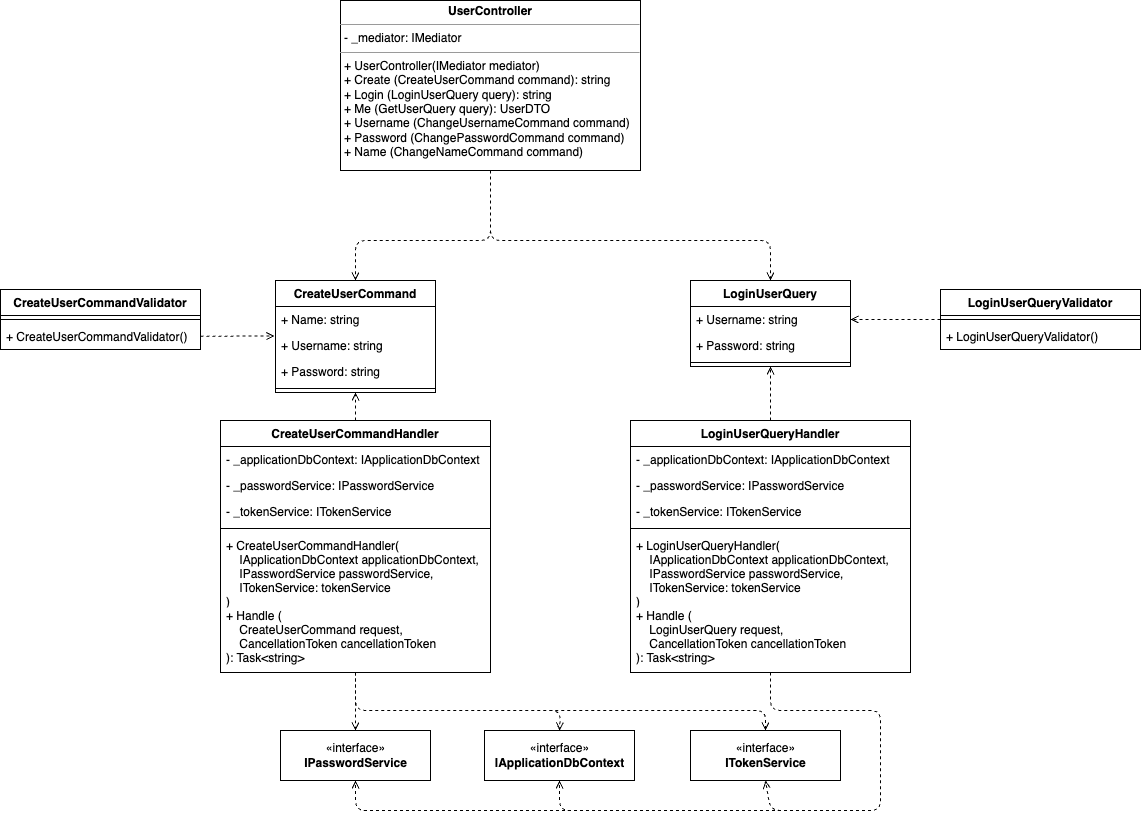
The draw.io diagram documentation/classes/application_layer_classes.drawio.png in Nikditten/BachelorProjekt, before a commit. Source tidied: cells renumbered, new cells last; positions are measured from the earlier drawing's top-left corner, leaving out a move shared by most shapes.
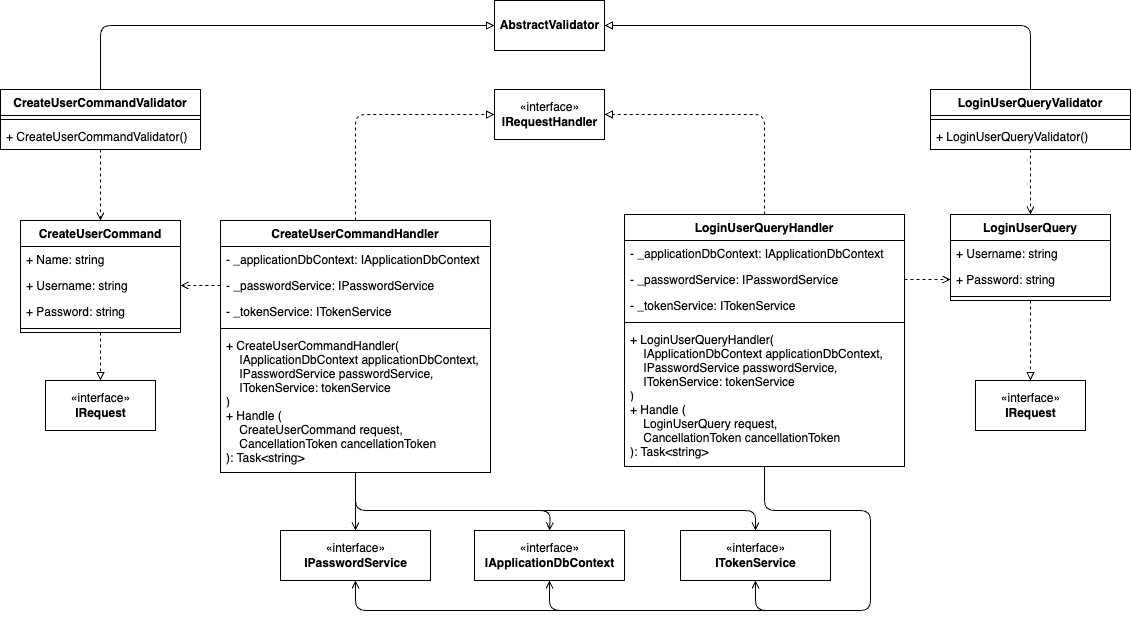
After the commit.

The edit, as a diff of the source:
```diff
@@ -6,13 +6,16 @@
       <mxGeometry x="484" y="730" width="150" height="50" as="geometry" />
     </mxCell>
     <mxCell id="3" value="«interface»&lt;br&gt;&lt;b&gt;IPasswordService&lt;/b&gt;" style="html=1;" parent="1" vertex="1">
-      <mxGeometry x="280" y="730" width="150" height="50" as="geometry" />
+      <mxGeometry x="290" y="730" width="150" height="50" as="geometry" />
     </mxCell>
     <mxCell id="4" value="«interface»&lt;br&gt;&lt;b&gt;ITokenService&lt;/b&gt;" style="html=1;" parent="1" vertex="1">
       <mxGeometry x="690" y="730" width="150" height="50" as="geometry" />
     </mxCell>
+    <mxCell id="47" style="edgeStyle=none;html=1;entryX=0.5;entryY=0;entryDx=0;entryDy=0;endArrow=block;endFill=0;dashed=1;" parent="1" edge="1" source="5" target="56">
+      <mxGeometry relative="1" as="geometry" />
+    </mxCell>
     <mxCell id="5" value="CreateUserCommand" style="swimlane;fontStyle=1;align=center;verticalAlign=top;horizontal=1;startSize=26;" parent="1" vertex="1">
-      <mxGeometry x="275" y="280" width="160" height="112" as="geometry" />
+      <mxGeometry x="30" y="420" width="160" height="112" as="geometry" />
     </mxCell>
     <mxCell id="6" value="+ Name: string" style="text;strokeColor=none;fillColor=none;align=left;verticalAlign=top;spacingLeft=4;spacingRight=4;overflow=hidden;" parent="5" vertex="1">
       <mxGeometry y="26" width="160" height="26" as="geometry" />
@@ -26,8 +29,11 @@
     <mxCell id="9" style="line;strokeWidth=1;fillColor=none;align=left;verticalAlign=middle;spacingTop=-1;spacingLeft=3;spacingRight=3;labelPosition=right;strokeColor=inherit;" parent="5" vertex="1">
       <mxGeometry y="104" width="160" height="8" as="geometry" />
     </mxCell>
+    <mxCell id="48" style="edgeStyle=none;html=1;exitX=0.5;exitY=1;exitDx=0;exitDy=0;entryX=0.5;entryY=0;entryDx=0;entryDy=0;endArrow=block;endFill=0;dashed=1;" parent="1" edge="1" source="10" target="57">
+      <mxGeometry relative="1" as="geometry" />
+    </mxCell>
     <mxCell id="10" value="LoginUserQuery" style="swimlane;fontStyle=1;align=center;verticalAlign=top;horizontal=1;startSize=26;" parent="1" vertex="1">
-      <mxGeometry x="690" y="280" width="160" height="86" as="geometry" />
+      <mxGeometry x="960" y="414" width="160" height="86" as="geometry" />
     </mxCell>
     <mxCell id="11" value="+ Username: string" style="text;strokeColor=none;fillColor=none;align=left;verticalAlign=top;spacingLeft=4;spacingRight=4;overflow=hidden;points=[[0,0.5],[1,0.5]];portConstraint=eastwest;" parent="10" vertex="1">
       <mxGeometry y="26" width="160" height="26" as="geometry" />
@@ -38,31 +44,42 @@
     <mxCell id="13" style="line;strokeWidth=1;fillColor=none;align=left;verticalAlign=middle;spacingTop=-1;spacingLeft=3;spacingRight=3;labelPosition=right;strokeColor=inherit;" parent="10" vertex="1">
       <mxGeometry y="78" width="160" height="8" as="geometry" />
     </mxCell>
-    <mxCell id="14" style="edgeStyle=none;html=1;entryX=0.5;entryY=0;entryDx=0;entryDy=0;dashed=1;endArrow=open;endFill=0;" parent="1" edge="1" source="18" target="3">
+    <mxCell id="14" style="edgeStyle=none;html=1;entryX=0.5;entryY=0;entryDx=0;entryDy=0;endArrow=open;endFill=0;" parent="1" edge="1" source="18" target="3">
       <mxGeometry relative="1" as="geometry" />
     </mxCell>
-    <mxCell id="15" style="edgeStyle=none;html=1;entryX=0.5;entryY=0;entryDx=0;entryDy=0;dashed=1;endArrow=open;endFill=0;" parent="1" edge="1" source="18" target="2">
+    <mxCell id="15" style="edgeStyle=none;html=1;entryX=0.5;entryY=0;entryDx=0;entryDy=0;endArrow=open;endFill=0;" parent="1" edge="1" source="18" target="2">
       <mxGeometry relative="1" as="geometry">
         <Array as="points">
-          <mxPoint x="355" y="710" />
+          <mxPoint x="365" y="710" />
           <mxPoint x="522" y="710" />
           <mxPoint x="560" y="710" />
         </Array>
       </mxGeometry>
     </mxCell>
-    <mxCell id="16" style="edgeStyle=none;html=1;entryX=0.5;entryY=0;entryDx=0;entryDy=0;dashed=1;endArrow=open;endFill=0;" parent="1" edge="1" source="18" target="4">
+    <mxCell id="16" style="edgeStyle=none;html=1;entryX=0.5;entryY=0;entryDx=0;entryDy=0;endArrow=open;endFill=0;" parent="1" edge="1" source="18" target="4">
       <mxGeometry relative="1" as="geometry">
         <Array as="points">
-          <mxPoint x="355" y="710" />
+          <mxPoint x="365" y="710" />
           <mxPoint x="765" y="710" />
         </Array>
       </mxGeometry>
     </mxCell>
-    <mxCell id="17" style="edgeStyle=none;html=1;exitX=0.5;exitY=0;exitDx=0;exitDy=0;entryX=0.5;entryY=1;entryDx=0;entryDy=0;dashed=1;endArrow=open;endFill=0;" parent="1" edge="1" source="18" target="5">
-      <mxGeometry relative="1" as="geometry" />
-    </mxCell>
+    <mxCell id="49" style="edgeStyle=none;html=1;entryX=1;entryY=0.5;entryDx=0;entryDy=0;dashed=1;endArrow=open;endFill=0;exitX=0;exitY=0.5;exitDx=0;exitDy=0;" parent="1" edge="1" source="20" target="7">
+      <mxGeometry relative="1" as="geometry">
+        <Array as="points">
+          <mxPoint x="210" y="485" />
+        </Array>
+      </mxGeometry>
+    </mxCell>
+    <mxCell id="50" style="edgeStyle=none;html=1;entryX=0;entryY=0.5;entryDx=0;entryDy=0;dashed=1;endArrow=block;endFill=0;" parent="1" edge="1" source="18" target="58">
+      <mxGeometry relative="1" as="geometry">
+        <Array as="points">
+          <mxPoint x="365" y="314" />
+        </Array>
+      </mxGeometry>
+    </mxCell>
     <mxCell id="18" value="CreateUserCommandHandler" style="swimlane;fontStyle=1;align=center;verticalAlign=top;horizontal=1;startSize=26;" parent="1" vertex="1">
-      <mxGeometry x="220" y="420" width="270" height="252" as="geometry" />
+      <mxGeometry x="230" y="420" width="270" height="252" as="geometry" />
     </mxCell>
     <mxCell id="19" value="- _applicationDbContext: IApplicationDbContext" style="text;strokeColor=none;fillColor=none;align=left;verticalAlign=top;spacingLeft=4;spacingRight=4;overflow=hidden;" parent="18" vertex="1">
       <mxGeometry y="26" width="270" height="26" as="geometry" />
@@ -82,8 +99,15 @@
     <mxCell id="24" value="+ Handle (&#10;    CreateUserCommand request, &#10;    CancellationToken cancellationToken&#10;): Task&lt;string&gt;" style="text;strokeColor=none;fillColor=none;align=left;verticalAlign=top;spacingLeft=4;spacingRight=4;overflow=hidden;" parent="18" vertex="1">
       <mxGeometry y="182" width="270" height="70" as="geometry" />
     </mxCell>
+    <mxCell id="51" style="edgeStyle=none;html=1;entryX=0;entryY=0.5;entryDx=0;entryDy=0;endArrow=block;endFill=0;" parent="1" edge="1" source="25" target="59">
+      <mxGeometry relative="1" as="geometry">
+        <Array as="points">
+          <mxPoint x="110" y="225" />
+        </Array>
+      </mxGeometry>
+    </mxCell>
     <mxCell id="25" value="CreateUserCommandValidator" style="swimlane;fontStyle=1;align=center;verticalAlign=top;horizontal=1;startSize=26;" parent="1" vertex="1">
-      <mxGeometry y="289" width="200" height="60" as="geometry" />
+      <mxGeometry x="10" y="289" width="200" height="60" as="geometry" />
     </mxCell>
     <mxCell id="26" style="line;strokeWidth=1;fillColor=none;align=left;verticalAlign=middle;spacingTop=-1;spacingLeft=3;spacingRight=3;labelPosition=right;strokeColor=inherit;" parent="25" vertex="1">
       <mxGeometry y="26" width="200" height="8" as="geometry" />
@@ -91,41 +115,45 @@
     <mxCell id="27" value="+ CreateUserCommandValidator()" style="text;strokeColor=none;fillColor=none;align=left;verticalAlign=top;spacingLeft=4;spacingRight=4;overflow=hidden;points=[[0,0.5],[1,0.5]];portConstraint=eastwest;" parent="25" vertex="1">
       <mxGeometry y="34" width="200" height="26" as="geometry" />
     </mxCell>
-    <mxCell id="28" style="edgeStyle=none;html=1;entryX=0.5;entryY=1;entryDx=0;entryDy=0;dashed=1;endArrow=open;endFill=0;" parent="1" edge="1" source="32" target="4">
+    <mxCell id="28" style="edgeStyle=none;html=1;entryX=0.5;entryY=1;entryDx=0;entryDy=0;endArrow=open;endFill=0;" parent="1" edge="1" source="32" target="4">
       <mxGeometry relative="1" as="geometry">
         <Array as="points">
-          <mxPoint x="770" y="710" />
+          <mxPoint x="774" y="710" />
           <mxPoint x="880" y="710" />
           <mxPoint x="880" y="810" />
-          <mxPoint x="770" y="810" />
+          <mxPoint x="765" y="810" />
         </Array>
       </mxGeometry>
     </mxCell>
-    <mxCell id="29" style="edgeStyle=none;html=1;entryX=0.5;entryY=1;entryDx=0;entryDy=0;dashed=1;endArrow=open;endFill=0;" parent="1" edge="1" source="32" target="2">
+    <mxCell id="29" style="edgeStyle=none;html=1;entryX=0.5;entryY=1;entryDx=0;entryDy=0;endArrow=open;endFill=0;" parent="1" edge="1" source="32" target="2">
       <mxGeometry relative="1" as="geometry">
         <Array as="points">
-          <mxPoint x="770" y="710" />
+          <mxPoint x="774" y="710" />
           <mxPoint x="880" y="710" />
           <mxPoint x="880" y="810" />
           <mxPoint x="559" y="810" />
         </Array>
       </mxGeometry>
     </mxCell>
-    <mxCell id="30" style="edgeStyle=none;html=1;entryX=0.5;entryY=1;entryDx=0;entryDy=0;dashed=1;endArrow=open;endFill=0;" parent="1" edge="1" source="32" target="3">
+    <mxCell id="30" style="edgeStyle=none;html=1;entryX=0.5;entryY=1;entryDx=0;entryDy=0;endArrow=open;endFill=0;" parent="1" edge="1" source="32" target="3">
       <mxGeometry relative="1" as="geometry">
         <Array as="points">
-          <mxPoint x="770" y="710" />
+          <mxPoint x="774" y="710" />
           <mxPoint x="880" y="710" />
           <mxPoint x="880" y="810" />
-          <mxPoint x="355" y="810" />
+          <mxPoint x="365" y="810" />
         </Array>
       </mxGeometry>
     </mxCell>
-    <mxCell id="31" style="edgeStyle=none;html=1;exitX=0.5;exitY=0;exitDx=0;exitDy=0;entryX=0.5;entryY=1;entryDx=0;entryDy=0;dashed=1;endArrow=open;endFill=0;" parent="1" edge="1" source="32" target="10">
-      <mxGeometry relative="1" as="geometry" />
-    </mxCell>
+    <mxCell id="52" style="edgeStyle=none;html=1;exitX=0.5;exitY=0;exitDx=0;exitDy=0;entryX=1;entryY=0.5;entryDx=0;entryDy=0;dashed=1;endArrow=block;endFill=0;" parent="1" edge="1" source="32" target="58">
+      <mxGeometry relative="1" as="geometry">
+        <Array as="points">
+          <mxPoint x="774" y="314" />
+        </Array>
+      </mxGeometry>
+    </mxCell>
     <mxCell id="32" value="LoginUserQueryHandler" style="swimlane;fontStyle=1;align=center;verticalAlign=top;horizontal=1;startSize=26;" parent="1" vertex="1">
-      <mxGeometry x="630" y="420" width="280" height="252" as="geometry" />
+      <mxGeometry x="634" y="414" width="280" height="252" as="geometry" />
     </mxCell>
     <mxCell id="33" value="- _applicationDbContext: IApplicationDbContext" style="text;strokeColor=none;fillColor=none;align=left;verticalAlign=top;spacingLeft=4;spacingRight=4;overflow=hidden;" parent="32" vertex="1">
       <mxGeometry y="26" width="280" height="26" as="geometry" />
@@ -145,26 +173,16 @@
     <mxCell id="38" value="+ Handle (&#10;    LoginUserQuery request, &#10;    CancellationToken cancellationToken&#10;): Task&lt;string&gt;" style="text;strokeColor=none;fillColor=none;align=left;verticalAlign=top;spacingLeft=4;spacingRight=4;overflow=hidden;" parent="32" vertex="1">
       <mxGeometry y="182" width="280" height="70" as="geometry" />
     </mxCell>
-    <mxCell id="39" style="edgeStyle=none;html=1;entryX=0.5;entryY=0;entryDx=0;entryDy=0;dashed=1;endArrow=open;endFill=0;" parent="1" edge="1" source="41" target="5">
-      <mxGeometry relative="1" as="geometry">
-        <Array as="points">
-          <mxPoint x="490" y="240" />
-          <mxPoint x="410" y="240" />
-          <mxPoint x="355" y="240" />
-        </Array>
-      </mxGeometry>
-    </mxCell>
-    <mxCell id="40" style="edgeStyle=none;html=1;entryX=0.5;entryY=0;entryDx=0;entryDy=0;dashed=1;endArrow=open;endFill=0;" parent="1" edge="1" source="41" target="10">
-      <mxGeometry relative="1" as="geometry">
-        <Array as="points">
-          <mxPoint x="490" y="240" />
-          <mxPoint x="770" y="240" />
-        </Array>
-      </mxGeometry>
-    </mxCell>
-    <mxCell id="41" value="&lt;p style=&quot;margin:0px;margin-top:4px;text-align:center;&quot;&gt;&lt;b&gt;UserController&lt;/b&gt;&lt;/p&gt;&lt;hr size=&quot;1&quot;&gt;&lt;p style=&quot;margin:0px;margin-left:4px;&quot;&gt;- _mediator: IMediator&lt;/p&gt;&lt;hr size=&quot;1&quot;&gt;&lt;p style=&quot;margin:0px;margin-left:4px;&quot;&gt;+ UserController(IMediator mediator)&lt;/p&gt;&lt;p style=&quot;margin:0px;margin-left:4px;&quot;&gt;+ Create (CreateUserCommand command): string&lt;/p&gt;&lt;p style=&quot;margin:0px;margin-left:4px;&quot;&gt;+ Login (LoginUserQuery query): string&lt;br&gt;&lt;/p&gt;&lt;p style=&quot;margin:0px;margin-left:4px;&quot;&gt;+ Me (GetUserQuery query): UserDTO&lt;/p&gt;&lt;p style=&quot;margin:0px;margin-left:4px;&quot;&gt;+ Username (ChangeUsernameCommand command)&lt;/p&gt;&lt;p style=&quot;margin:0px;margin-left:4px;&quot;&gt;+ Password (ChangePasswordCommand command)&lt;/p&gt;&lt;p style=&quot;margin:0px;margin-left:4px;&quot;&gt;+ Name (ChangeNameCommand command)&lt;/p&gt;" style="verticalAlign=top;align=left;overflow=fill;fontSize=12;fontFamily=Helvetica;html=1;" parent="1" vertex="1">
-      <mxGeometry x="340" width="300" height="170" as="geometry" />
-    </mxCell>
+    <mxCell id="53" style="edgeStyle=none;html=1;entryX=0.5;entryY=0;entryDx=0;entryDy=0;dashed=1;endArrow=open;endFill=0;" parent="1" edge="1" source="42" target="10">
+      <mxGeometry relative="1" as="geometry" />
+    </mxCell>
+    <mxCell id="54" style="edgeStyle=none;html=1;entryX=1;entryY=0.5;entryDx=0;entryDy=0;endArrow=block;endFill=0;" parent="1" edge="1" source="42" target="59">
+      <mxGeometry relative="1" as="geometry">
+        <Array as="points">
+          <mxPoint x="1040" y="225" />
+        </Array>
+      </mxGeometry>
+    </mxCell>
     <mxCell id="42" value="LoginUserQueryValidator" style="swimlane;fontStyle=1;align=center;verticalAlign=top;horizontal=1;startSize=26;" parent="1" vertex="1">
       <mxGeometry x="940" y="289" width="200" height="60" as="geometry" />
     </mxCell>
@@ -174,11 +192,23 @@
     <mxCell id="44" value="+ LoginUserQueryValidator()" style="text;strokeColor=none;fillColor=none;align=left;verticalAlign=top;spacingLeft=4;spacingRight=4;overflow=hidden;" parent="42" vertex="1">
       <mxGeometry y="34" width="200" height="26" as="geometry" />
     </mxCell>
-    <mxCell id="45" style="edgeStyle=none;html=1;entryX=-0.006;entryY=0.135;entryDx=0;entryDy=0;entryPerimeter=0;dashed=1;endArrow=open;endFill=0;" parent="1" edge="1" source="27" target="7">
+    <mxCell id="45" style="edgeStyle=none;html=1;entryX=0.5;entryY=0;entryDx=0;entryDy=0;dashed=1;endArrow=open;endFill=0;" parent="1" edge="1" source="27" target="5">
       <mxGeometry relative="1" as="geometry" />
     </mxCell>
-    <mxCell id="46" style="edgeStyle=none;html=1;entryX=1;entryY=0.5;entryDx=0;entryDy=0;dashed=1;endArrow=open;endFill=0;" parent="1" edge="1" source="43" target="11">
-      <mxGeometry relative="1" as="geometry" />
-    </mxCell>
+    <mxCell id="55" style="edgeStyle=none;html=1;entryX=0;entryY=0.5;entryDx=0;entryDy=0;dashed=1;endArrow=open;endFill=0;" parent="1" edge="1" source="34" target="12">
+      <mxGeometry relative="1" as="geometry" />
+    </mxCell>
+    <mxCell id="56" value="«interface»&lt;br&gt;&lt;b&gt;IRequest&lt;/b&gt;" style="html=1;" parent="1" vertex="1">
+      <mxGeometry x="55" y="580" width="110" height="50" as="geometry" />
+    </mxCell>
+    <mxCell id="57" value="«interface»&lt;br&gt;&lt;b&gt;IRequest&lt;/b&gt;" style="html=1;" parent="1" vertex="1">
+      <mxGeometry x="985" y="580" width="110" height="50" as="geometry" />
+    </mxCell>
+    <mxCell id="58" value="«interface»&lt;br&gt;&lt;b&gt;IRequestHandler&lt;/b&gt;" style="html=1;" parent="1" vertex="1">
+      <mxGeometry x="504" y="289" width="110" height="50" as="geometry" />
+    </mxCell>
+    <mxCell id="59" value="&lt;b&gt;AbstractValidator&lt;/b&gt;" style="html=1;" parent="1" vertex="1">
+      <mxGeometry x="504" y="200" width="110" height="50" as="geometry" />
+    </mxCell>
   </root>
 </mxGraphModel>
```
